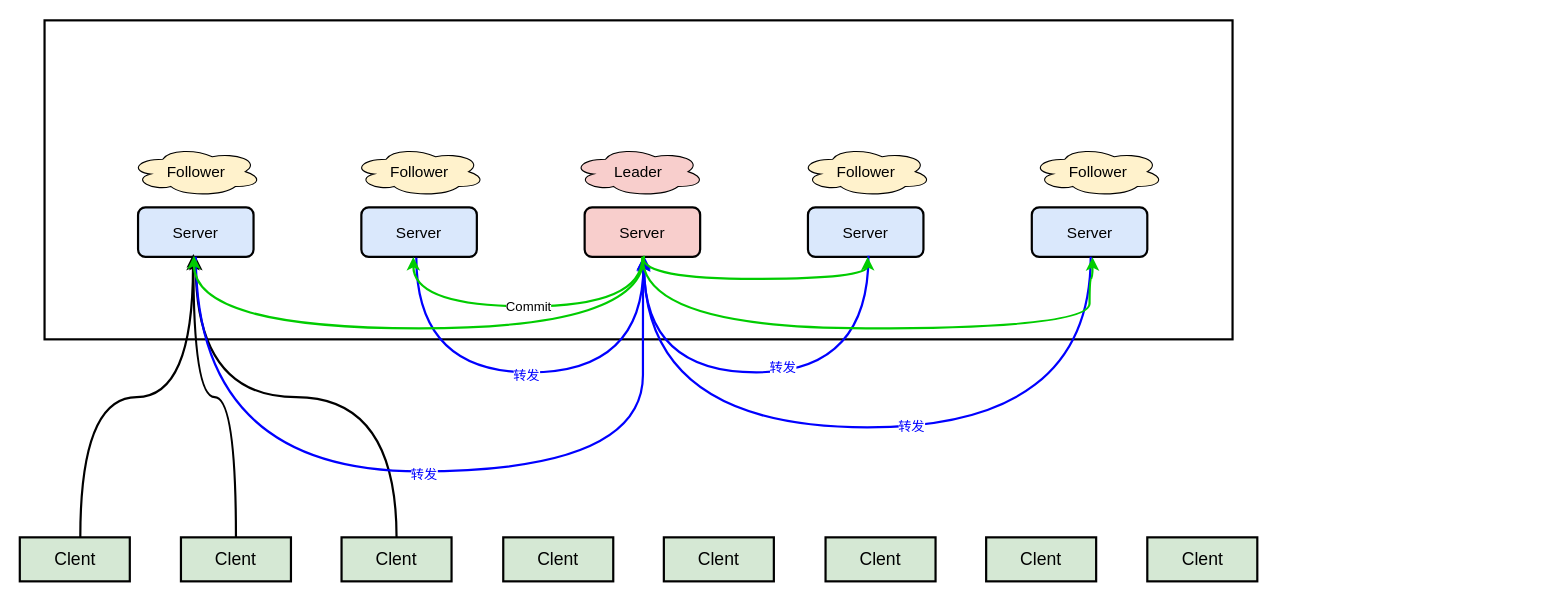
Earlier version of the draw.io diagram page "Zookeeper服务" (2 of 2) of zookeeper.drawio (starzy1990/diagrams). Source tidied: cells renumbered, new cells numbered last; positions are measured from the earlier drawing's top-left corner, leaving out a move shared by most shapes. Both pictures are drawn from the tidied source at 110%, with x=0, y=0 at pixel (20, 20).
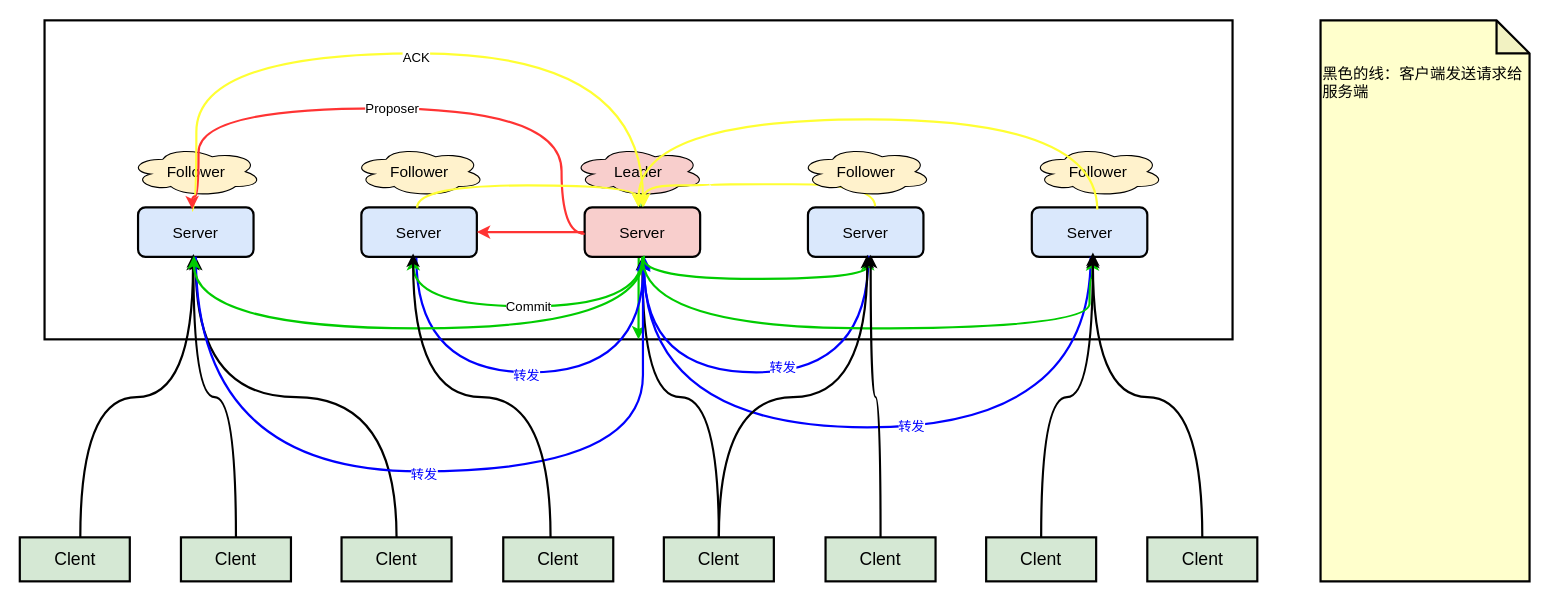
The same diagram, later.

The change refers to these unchanged cells:
```xml
<mxCell id="2" style="rounded=0;whiteSpace=wrap;html=1;strokeWidth=2;" parent="1" vertex="1">
  <mxGeometry x="22" width="1080" height="290" as="geometry" />
</mxCell>
<mxCell id="3" value="Server" style="rounded=1;whiteSpace=wrap;html=1;strokeWidth=2;fillColor=#dae8fc;strokeColor=#000000;fontSize=14;" parent="1" vertex="1">
  <mxGeometry x="107" y="170" width="105" height="45" as="geometry" />
</mxCell>
<mxCell id="5" value="Server" style="rounded=1;whiteSpace=wrap;html=1;strokeWidth=2;fillColor=#dae8fc;strokeColor=#000000;fontSize=14;" parent="1" vertex="1">
  <mxGeometry x="310" y="170" width="105" height="45" as="geometry" />
</mxCell>
<mxCell id="7" value="Server" style="rounded=1;whiteSpace=wrap;html=1;strokeWidth=2;fillColor=#f8cecc;strokeColor=#000000;fontSize=14;" parent="1" vertex="1">
  <mxGeometry x="513" y="170" width="105" height="45" as="geometry" />
</mxCell>
<mxCell id="9" value="Server" style="rounded=1;whiteSpace=wrap;html=1;strokeWidth=2;fillColor=#dae8fc;strokeColor=#000000;fontSize=14;" parent="1" vertex="1">
  <mxGeometry x="716" y="170" width="105" height="45" as="geometry" />
</mxCell>
<mxCell id="11" value="Server" style="rounded=1;whiteSpace=wrap;html=1;strokeWidth=2;fillColor=#dae8fc;strokeColor=#000000;fontSize=14;" parent="1" vertex="1">
  <mxGeometry x="919.5" y="170" width="105" height="45" as="geometry" />
</mxCell>
<mxCell id="18" value="Clent" style="rounded=0;whiteSpace=wrap;html=1;strokeColor=#000000;strokeWidth=2;align=center;verticalAlign=middle;fontFamily=Helvetica;fontSize=16;fillColor=#d5e8d4;" parent="1" vertex="1">
  <mxGeometry x="439" y="470" width="100" height="40" as="geometry" />
</mxCell>
<mxCell id="19" value="Clent" style="rounded=0;whiteSpace=wrap;html=1;strokeColor=#000000;strokeWidth=2;align=center;verticalAlign=middle;fontFamily=Helvetica;fontSize=16;fillColor=#d5e8d4;" parent="1" vertex="1">
  <mxGeometry x="585" y="470" width="100" height="40" as="geometry" />
</mxCell>
<mxCell id="20" value="Clent" style="rounded=0;whiteSpace=wrap;html=1;strokeColor=#000000;strokeWidth=2;align=center;verticalAlign=middle;fontFamily=Helvetica;fontSize=16;fillColor=#d5e8d4;" parent="1" vertex="1">
  <mxGeometry x="732" y="470" width="100" height="40" as="geometry" />
</mxCell>
<mxCell id="21" value="Clent" style="rounded=0;whiteSpace=wrap;html=1;strokeColor=#000000;strokeWidth=2;align=center;verticalAlign=middle;fontFamily=Helvetica;fontSize=16;fillColor=#d5e8d4;" parent="1" vertex="1">
  <mxGeometry x="878" y="470" width="100" height="40" as="geometry" />
</mxCell>
<mxCell id="22" value="Clent" style="rounded=0;whiteSpace=wrap;html=1;strokeColor=#000000;strokeWidth=2;align=center;verticalAlign=middle;fontFamily=Helvetica;fontSize=16;fillColor=#d5e8d4;" parent="1" vertex="1">
  <mxGeometry x="1024.5" y="470" width="100" height="40" as="geometry" />
</mxCell>
```

Change to the diagram source:
```diff
@@
+    <mxCell id="37" style="edgeStyle=orthogonalEdgeStyle;shape=connector;curved=1;rounded=0;jettySize=auto;html=1;strokeColor=#00CC00;strokeWidth=2;align=center;verticalAlign=middle;fontFamily=Helvetica;fontSize=12;fontColor=default;labelBackgroundColor=default;endArrow=classic;fillColor=#d5e8d4;" parent="1" edge="1" source="7" target="2">
+      <mxGeometry relative="1" as="geometry" />
+    </mxCell>
+    <mxCell id="38" style="edgeStyle=orthogonalEdgeStyle;shape=connector;curved=1;rounded=0;jettySize=auto;html=1;strokeColor=#FF3333;strokeWidth=2;align=center;verticalAlign=middle;fontFamily=Helvetica;fontSize=12;fontColor=default;labelBackgroundColor=default;endArrow=classic;fillColor=#d5e8d4;" parent="1" edge="1" source="7" target="5">
+      <mxGeometry relative="1" as="geometry" />
+    </mxCell>
@@
+    <mxCell id="39" style="edgeStyle=orthogonalEdgeStyle;shape=connector;curved=1;rounded=0;orthogonalLoop=1;jettySize=auto;html=1;strokeColor=#FFFF33;strokeWidth=2;align=center;verticalAlign=middle;fontFamily=Helvetica;fontSize=12;fontColor=default;labelBackgroundColor=default;endArrow=classic;fillColor=#fff2cc;exitX=0.533;exitY=0;exitDx=0;exitDy=0;exitPerimeter=0;" parent="1" edge="1">
+      <mxGeometry relative="1" as="geometry">
+        <mxPoint x="777" y="169" as="sourcePoint" />
+        <mxPoint x="567" y="169" as="targetPoint" />
+        <Array as="points">
+          <mxPoint x="777" y="149" />
+          <mxPoint x="627" y="149" />
+          <mxPoint x="567" y="150" />
+        </Array>
+      </mxGeometry>
+    </mxCell>
@@
+    <mxCell id="40" style="edgeStyle=orthogonalEdgeStyle;shape=connector;curved=1;rounded=0;jettySize=auto;html=1;strokeColor=#000000;strokeWidth=2;align=center;verticalAlign=middle;fontFamily=Helvetica;fontSize=12;fontColor=default;labelBackgroundColor=default;endArrow=classic;fillColor=#fff2cc;" parent="1" edge="1" source="19" target="7">
+      <mxGeometry relative="1" as="geometry" />
+    </mxCell>
@@
+    <mxCell id="41" style="edgeStyle=orthogonalEdgeStyle;shape=connector;curved=1;rounded=0;jettySize=auto;html=1;strokeColor=#FFFF33;strokeWidth=2;align=center;verticalAlign=middle;fontFamily=Helvetica;fontSize=12;fontColor=default;labelBackgroundColor=default;endArrow=classic;fillColor=#fff2cc;exitX=0.467;exitY=0.067;exitDx=0;exitDy=0;exitPerimeter=0;" parent="1" edge="1" source="3" target="7">
+      <mxGeometry relative="1" as="geometry">
+        <Array as="points">
+          <mxPoint x="160" y="173" />
+          <mxPoint x="160" y="30" />
+          <mxPoint x="566" y="30" />
+        </Array>
+      </mxGeometry>
+    </mxCell>
+    <mxCell id="42" value="ACK" style="edgeLabel;html=1;align=center;verticalAlign=middle;rounded=1;strokeColor=default;strokeWidth=2;fontFamily=Helvetica;fontSize=12;fontColor=default;labelBackgroundColor=default;fillColor=default;" parent="41" vertex="1">
+      <mxGeometry y="-3" relative="1" as="geometry" />
+    </mxCell>
+    <mxCell id="43" style="edgeStyle=orthogonalEdgeStyle;shape=connector;curved=1;rounded=0;jettySize=auto;html=1;entryX=0.469;entryY=0.04;entryDx=0;entryDy=0;entryPerimeter=0;strokeColor=#FF3333;strokeWidth=2;align=center;verticalAlign=middle;fontFamily=Helvetica;fontSize=12;fontColor=default;labelBackgroundColor=default;endArrow=classic;fillColor=#d5e8d4;exitX=0;exitY=0.533;exitDx=0;exitDy=0;exitPerimeter=0;" parent="1" edge="1" source="7" target="3">
+      <mxGeometry relative="1" as="geometry">
+        <Array as="points">
+          <mxPoint x="492" y="194" />
+          <mxPoint x="492" y="80" />
+          <mxPoint x="162" y="80" />
+          <mxPoint x="162" y="160" />
+          <mxPoint x="156" y="160" />
+        </Array>
+      </mxGeometry>
+    </mxCell>
+    <mxCell id="44" value="Proposer" style="edgeLabel;html=1;align=center;verticalAlign=middle;rounded=1;strokeColor=default;strokeWidth=2;fontFamily=Helvetica;fontSize=12;fontColor=default;labelBackgroundColor=default;fillColor=default;" parent="43" vertex="1">
+      <mxGeometry x="0.03" relative="1" as="geometry" />
+    </mxCell>
+    <mxCell id="45" style="edgeStyle=orthogonalEdgeStyle;shape=connector;curved=1;rounded=0;jettySize=auto;html=1;entryX=0.467;entryY=0;entryDx=0;entryDy=0;entryPerimeter=0;strokeColor=#FFFF33;strokeWidth=2;align=center;verticalAlign=middle;fontFamily=Helvetica;fontSize=12;fontColor=default;labelBackgroundColor=default;endArrow=classic;fillColor=#fff2cc;exitX=0.567;exitY=0.044;exitDx=0;exitDy=0;exitPerimeter=0;" parent="1" edge="1" source="11" target="7">
+      <mxGeometry relative="1" as="geometry">
+        <Array as="points">
+          <mxPoint x="979" y="90" />
+          <mxPoint x="562" y="90" />
+        </Array>
+      </mxGeometry>
+    </mxCell>
+    <mxCell id="46" style="edgeStyle=orthogonalEdgeStyle;shape=connector;curved=1;rounded=0;jettySize=auto;html=1;entryX=0.463;entryY=-0.015;entryDx=0;entryDy=0;entryPerimeter=0;strokeColor=#FFFF33;strokeWidth=2;align=center;verticalAlign=middle;fontFamily=Helvetica;fontSize=12;fontColor=default;labelBackgroundColor=default;endArrow=classic;fillColor=#fff2cc;exitX=0.483;exitY=0.007;exitDx=0;exitDy=0;exitPerimeter=0;" parent="1" edge="1" source="5" target="7">
+      <mxGeometry relative="1" as="geometry" />
+    </mxCell>
+    <mxCell id="47" style="edgeStyle=orthogonalEdgeStyle;shape=connector;curved=1;rounded=0;jettySize=auto;html=1;entryX=0.448;entryY=0.933;entryDx=0;entryDy=0;entryPerimeter=0;strokeColor=#000000;strokeWidth=2;align=center;verticalAlign=middle;fontFamily=Helvetica;fontSize=12;fontColor=default;labelBackgroundColor=default;endArrow=classic;fillColor=#fff2cc;exitX=0.43;exitY=0;exitDx=0;exitDy=0;exitPerimeter=0;" parent="1" edge="1" source="18" target="5">
+      <mxGeometry relative="1" as="geometry" />
+    </mxCell>
+    <mxCell id="48" style="edgeStyle=orthogonalEdgeStyle;shape=connector;curved=1;rounded=0;jettySize=auto;html=1;entryX=0.514;entryY=0.956;entryDx=0;entryDy=0;entryPerimeter=0;strokeColor=#000000;strokeWidth=2;align=center;verticalAlign=middle;fontFamily=Helvetica;fontSize=12;fontColor=default;labelBackgroundColor=default;endArrow=classic;fillColor=#fff2cc;exitX=0.5;exitY=0;exitDx=0;exitDy=0;exitPerimeter=0;" parent="1" edge="1" source="19" target="9">
+      <mxGeometry relative="1" as="geometry" />
+    </mxCell>
+    <mxCell id="49" style="edgeStyle=orthogonalEdgeStyle;shape=connector;curved=1;rounded=0;jettySize=auto;html=1;entryX=0.543;entryY=0.956;entryDx=0;entryDy=0;entryPerimeter=0;strokeColor=#000000;strokeWidth=2;align=center;verticalAlign=middle;fontFamily=Helvetica;fontSize=12;fontColor=default;labelBackgroundColor=default;endArrow=classic;fillColor=#fff2cc;" parent="1" edge="1" source="20" target="9">
+      <mxGeometry relative="1" as="geometry" />
+    </mxCell>
+    <mxCell id="50" style="edgeStyle=orthogonalEdgeStyle;shape=connector;curved=1;rounded=0;jettySize=auto;html=1;entryX=0.529;entryY=0.911;entryDx=0;entryDy=0;entryPerimeter=0;strokeColor=#000000;strokeWidth=2;align=center;verticalAlign=middle;fontFamily=Helvetica;fontSize=12;fontColor=default;labelBackgroundColor=default;endArrow=classic;fillColor=#fff2cc;" parent="1" edge="1" source="21" target="11">
+      <mxGeometry relative="1" as="geometry" />
+    </mxCell>
+    <mxCell id="51" style="edgeStyle=orthogonalEdgeStyle;shape=connector;curved=1;rounded=0;jettySize=auto;html=1;entryX=0.529;entryY=0.956;entryDx=0;entryDy=0;entryPerimeter=0;strokeColor=#000000;strokeWidth=2;align=center;verticalAlign=middle;fontFamily=Helvetica;fontSize=12;fontColor=default;labelBackgroundColor=default;endArrow=classic;fillColor=#fff2cc;" parent="1" edge="1" source="22" target="11">
+      <mxGeometry relative="1" as="geometry" />
+    </mxCell>
+    <mxCell id="52" value="&lt;div&gt;&lt;br&gt;&lt;/div&gt;&lt;div&gt;&lt;br&gt;&lt;/div&gt;黑色的线：客户端发送请求给服务端" style="shape=note;whiteSpace=wrap;html=1;backgroundOutline=1;darkOpacity=0.05;rounded=1;strokeColor=default;strokeWidth=2;align=left;verticalAlign=top;fontFamily=Helvetica;fontSize=14;fontColor=default;labelBackgroundColor=none;fillColor=#FFFFCC;" parent="1" vertex="1">
+      <mxGeometry x="1182" width="190" height="510" as="geometry" />
+    </mxCell>
```
